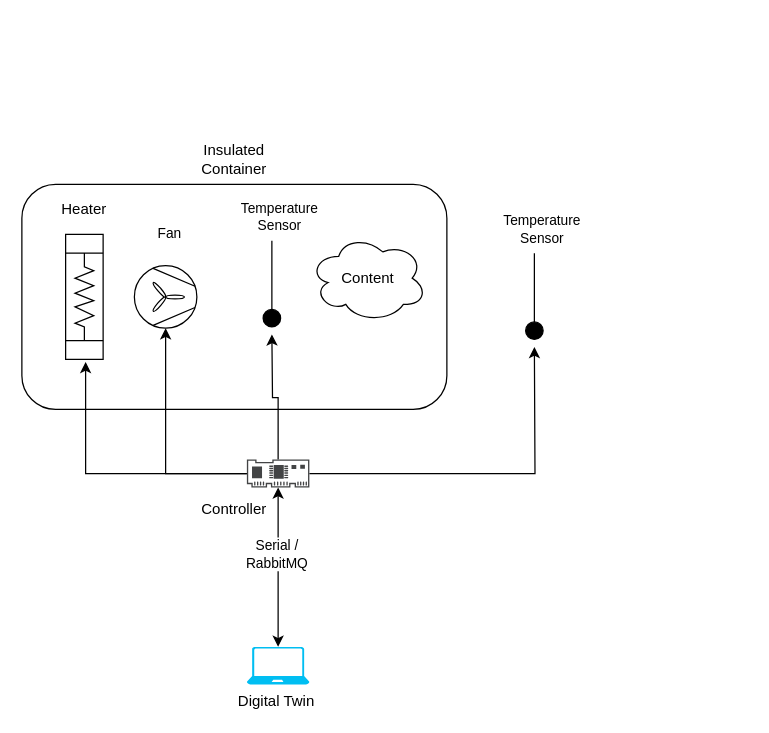
Before: figures/system.drawio in INTO-CPS-Association/example_digital-twin_incubator, a draw.io diagram. Source tidied: cells renumbered, new cells numbered last; positions are measured from the earlier drawing's top-left corner, leaving out a move shared by most shapes. Both pictures are drawn from the tidied source at 125%, with x=0, y=0 at pixel (21, 146).
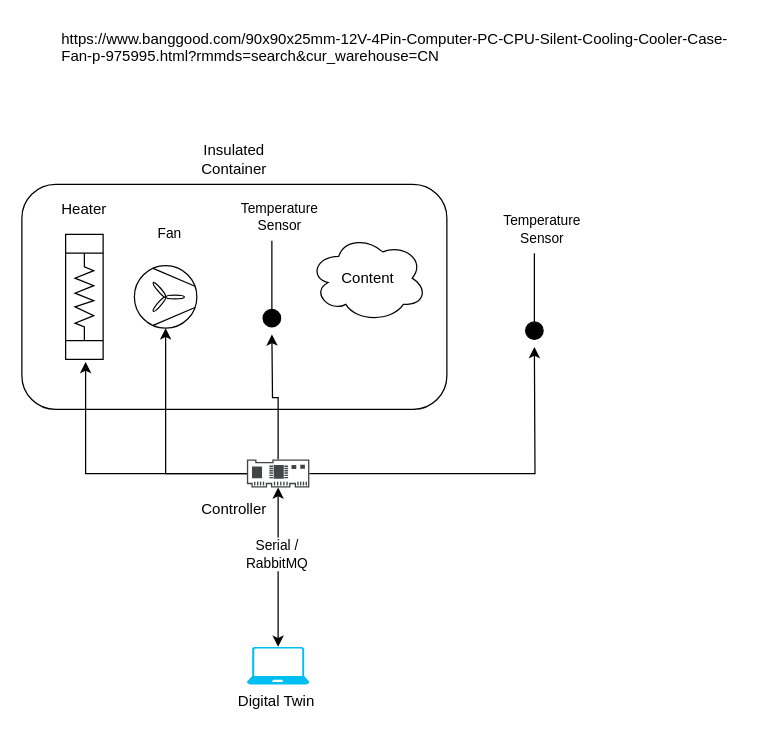
Above is the later version.

Change to the diagram source:
```diff
@@
+    <mxCell id="22" value="https://www.banggood.com/90x90x25mm-12V-4Pin-Computer-PC-CPU-Silent-Cooling-Cooler-Case-Fan-p-975995.html?rmmds=search&amp;cur_warehouse=CN" style="text;whiteSpace=wrap;html=1;" parent="1" vertex="1">
+      <mxGeometry x="30" y="-100" width="550" height="40" as="geometry" />
+    </mxCell>
```
